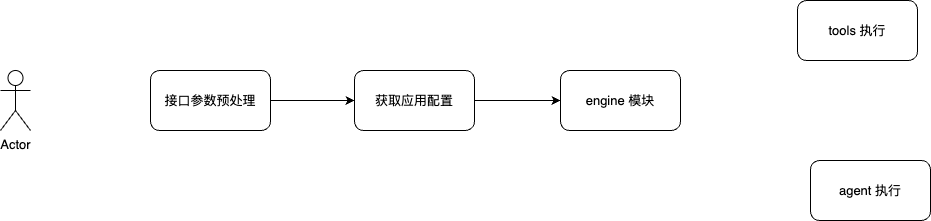
Above: 大模型应用之应用流程图.png in liujunao/draw-data (draw.io), before the change. Source tidied: cells renumbered, new cells last; positions are measured from the earlier drawing's top-left corner, leaving out a move shared by most shapes.
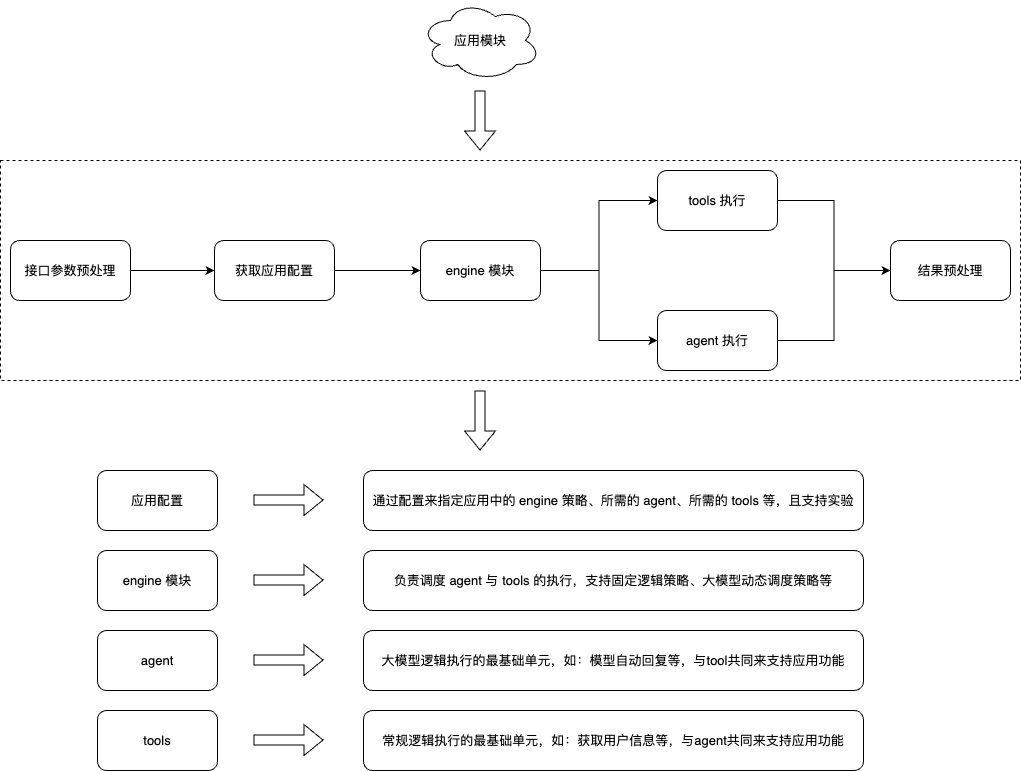
After the change.

Commit message:
更新大模型应用之应用流程图.png

Diff of the diagram source:
```diff
@@ -2,9 +2,9 @@
   <root>
     <mxCell id="0" />
     <mxCell id="1" parent="0" />
-    <mxCell id="2" value="Actor" style="shape=umlActor;verticalLabelPosition=bottom;verticalAlign=top;html=1;" parent="1" vertex="1">
-      <mxGeometry y="70" width="30" height="60" as="geometry" />
-    </mxCell>
+    <mxCell id="10" style="rounded=0;whiteSpace=wrap;html=1;strokeColor=default;dashed=1;" parent="1" vertex="1">
+      <mxGeometry x="140" y="-10" width="1020" height="220" as="geometry" />
+    </mxCell>
     <mxCell id="3" style="edgeStyle=orthogonalEdgeStyle;rounded=0;jettySize=auto;html=1;exitX=1;exitY=0.5;exitDx=0;exitDy=0;" parent="1" edge="1" source="4" target="6">
       <mxGeometry relative="1" as="geometry" />
     </mxCell>
@@ -17,14 +17,92 @@
     <mxCell id="6" value="获取应用配置" style="rounded=1;whiteSpace=wrap;html=1;" parent="1" vertex="1">
       <mxGeometry x="354" y="70" width="120" height="60" as="geometry" />
     </mxCell>
+    <mxCell id="11" style="edgeStyle=orthogonalEdgeStyle;rounded=0;jettySize=auto;html=1;exitX=1;exitY=0.5;exitDx=0;exitDy=0;entryX=0;entryY=0.5;entryDx=0;entryDy=0;" parent="1" edge="1" source="7" target="9">
+      <mxGeometry relative="1" as="geometry" />
+    </mxCell>
+    <mxCell id="12" style="edgeStyle=orthogonalEdgeStyle;rounded=0;jettySize=auto;html=1;exitX=1;exitY=0.5;exitDx=0;exitDy=0;entryX=0;entryY=0.5;entryDx=0;entryDy=0;" parent="1" edge="1" source="7" target="8">
+      <mxGeometry relative="1" as="geometry" />
+    </mxCell>
     <mxCell id="7" value="engine 模块" style="rounded=1;whiteSpace=wrap;html=1;" parent="1" vertex="1">
       <mxGeometry x="560" y="70" width="120" height="60" as="geometry" />
     </mxCell>
+    <mxCell id="13" style="edgeStyle=orthogonalEdgeStyle;rounded=0;jettySize=auto;html=1;exitX=1;exitY=0.5;exitDx=0;exitDy=0;entryX=0;entryY=0.5;entryDx=0;entryDy=0;" parent="1" edge="1" source="8" target="15">
+      <mxGeometry relative="1" as="geometry" />
+    </mxCell>
     <mxCell id="8" value="agent 执行" style="rounded=1;whiteSpace=wrap;html=1;" parent="1" vertex="1">
-      <mxGeometry x="810" y="160" width="120" height="60" as="geometry" />
+      <mxGeometry x="797" y="140" width="120" height="60" as="geometry" />
     </mxCell>
+    <mxCell id="14" style="edgeStyle=orthogonalEdgeStyle;rounded=0;jettySize=auto;html=1;exitX=1;exitY=0.5;exitDx=0;exitDy=0;entryX=0;entryY=0.5;entryDx=0;entryDy=0;" parent="1" edge="1" source="9" target="15">
+      <mxGeometry relative="1" as="geometry" />
+    </mxCell>
     <mxCell id="9" value="tools 执行" style="rounded=1;whiteSpace=wrap;html=1;" parent="1" vertex="1">
       <mxGeometry x="797" width="120" height="60" as="geometry" />
     </mxCell>
+    <mxCell id="15" value="结果预处理" style="rounded=1;whiteSpace=wrap;html=1;" parent="1" vertex="1">
+      <mxGeometry x="1030" y="70" width="120" height="60" as="geometry" />
+    </mxCell>
+    <mxCell id="16" value="应用模块" style="ellipse;shape=cloud;whiteSpace=wrap;html=1;" parent="1" vertex="1">
+      <mxGeometry x="560" y="-170" width="120" height="80" as="geometry" />
+    </mxCell>
+    <mxCell id="17" style="shape=flexArrow;endArrow=classic;html=1;rounded=0;" parent="1" edge="1">
+      <mxGeometry relative="1" as="geometry">
+        <mxPoint x="619.5" y="-80" as="sourcePoint" />
+        <mxPoint x="619.5" y="-20" as="targetPoint" />
+      </mxGeometry>
+    </mxCell>
+    <mxCell id="18" value="应用配置" style="rounded=1;whiteSpace=wrap;html=1;" parent="1" vertex="1">
+      <mxGeometry x="237" y="300" width="120" height="60" as="geometry" />
+    </mxCell>
+    <mxCell id="19" value="engine 模块" style="rounded=1;whiteSpace=wrap;html=1;" parent="1" vertex="1">
+      <mxGeometry x="237" y="380" width="120" height="60" as="geometry" />
+    </mxCell>
+    <mxCell id="20" value="负责调度 agent 与 tools 的执行，支持固定逻辑策略、大模型动态调度策略等" style="rounded=1;whiteSpace=wrap;html=1;" parent="1" vertex="1">
+      <mxGeometry x="503" y="380" width="500" height="60" as="geometry" />
+    </mxCell>
+    <mxCell id="21" value="通过配置来指定应用中的 engine 策略、所需的 agent、所需的 tools 等，且支持实验" style="rounded=1;whiteSpace=wrap;html=1;" parent="1" vertex="1">
+      <mxGeometry x="503" y="300" width="500" height="60" as="geometry" />
+    </mxCell>
+    <mxCell id="22" value="agent" style="rounded=1;whiteSpace=wrap;html=1;" parent="1" vertex="1">
+      <mxGeometry x="237" y="460" width="120" height="60" as="geometry" />
+    </mxCell>
+    <mxCell id="23" value="大模型逻辑执行的最基础单元，如：模型自动回复等，与tool共同来支持应用功能" style="rounded=1;whiteSpace=wrap;html=1;" parent="1" vertex="1">
+      <mxGeometry x="503" y="460" width="500" height="60" as="geometry" />
+    </mxCell>
+    <mxCell id="24" value="tools" style="rounded=1;whiteSpace=wrap;html=1;" parent="1" vertex="1">
+      <mxGeometry x="237" y="540" width="120" height="60" as="geometry" />
+    </mxCell>
+    <mxCell id="25" value="常规逻辑执行的最基础单元，如：获取用户信息等，与agent共同来支持应用功能" style="rounded=1;whiteSpace=wrap;html=1;" parent="1" vertex="1">
+      <mxGeometry x="503" y="540" width="500" height="60" as="geometry" />
+    </mxCell>
+    <mxCell id="26" style="shape=flexArrow;endArrow=classic;html=1;rounded=0;" parent="1" edge="1">
+      <mxGeometry relative="1" as="geometry">
+        <mxPoint x="393" y="329.5" as="sourcePoint" />
+        <mxPoint x="463" y="329.5" as="targetPoint" />
+      </mxGeometry>
+    </mxCell>
+    <mxCell id="27" style="shape=flexArrow;endArrow=classic;html=1;rounded=0;" parent="1" edge="1">
+      <mxGeometry relative="1" as="geometry">
+        <mxPoint x="393" y="409.5" as="sourcePoint" />
+        <mxPoint x="463" y="409.5" as="targetPoint" />
+      </mxGeometry>
+    </mxCell>
+    <mxCell id="28" style="shape=flexArrow;endArrow=classic;html=1;rounded=0;" parent="1" edge="1">
+      <mxGeometry relative="1" as="geometry">
+        <mxPoint x="393" y="489.5" as="sourcePoint" />
+        <mxPoint x="463" y="489.5" as="targetPoint" />
+      </mxGeometry>
+    </mxCell>
+    <mxCell id="29" style="shape=flexArrow;endArrow=classic;html=1;rounded=0;" parent="1" edge="1">
+      <mxGeometry relative="1" as="geometry">
+        <mxPoint x="393" y="569.5" as="sourcePoint" />
+        <mxPoint x="463" y="569.5" as="targetPoint" />
+      </mxGeometry>
+    </mxCell>
+    <mxCell id="30" style="shape=flexArrow;endArrow=classic;html=1;rounded=0;" parent="1" edge="1">
+      <mxGeometry relative="1" as="geometry">
+        <mxPoint x="619.5" y="220" as="sourcePoint" />
+        <mxPoint x="619.5" y="280" as="targetPoint" />
+      </mxGeometry>
+    </mxCell>
   </root>
 </mxGraphModel>
```
